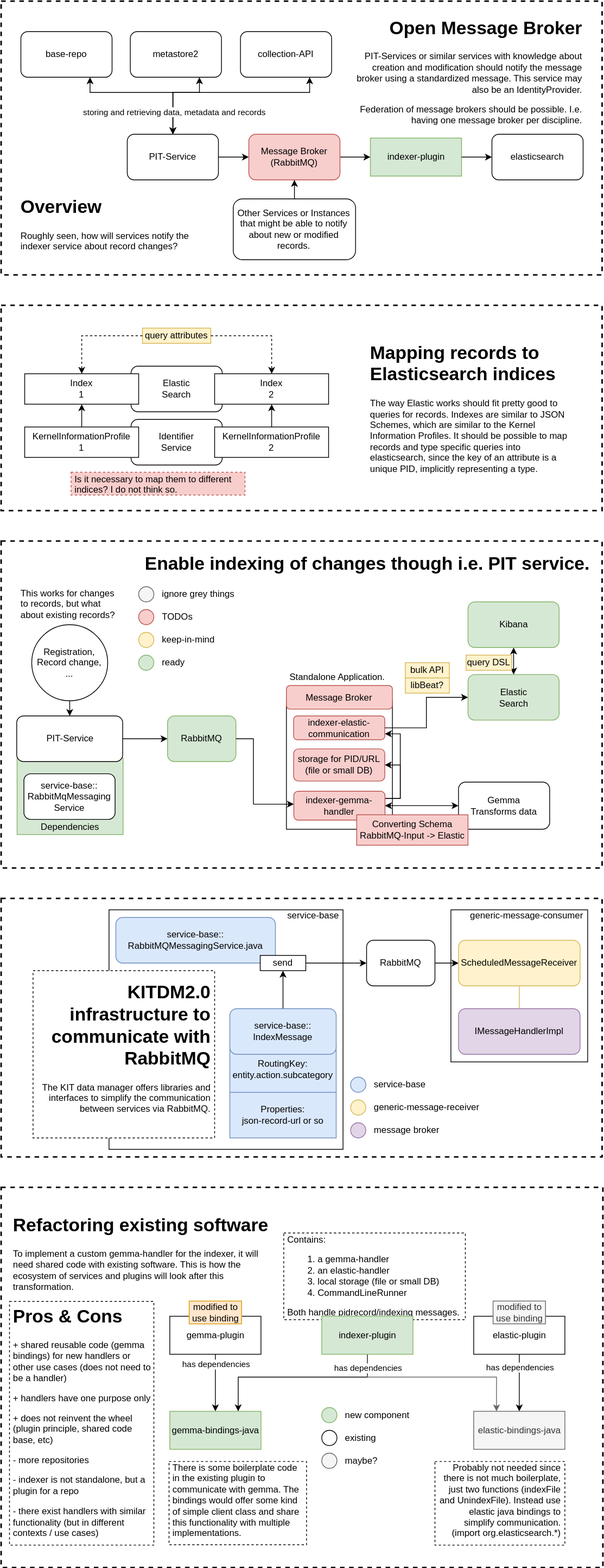
kit-data-manager/testbed4inf keeps this draw.io diagram as documentation/images/usecase_indexing.drawio.svg. Above is the earlier version. Source tidied: cells renumbered, new cells last; positions are measured from the earlier drawing's top-left corner, leaving out a move shared by most shapes.
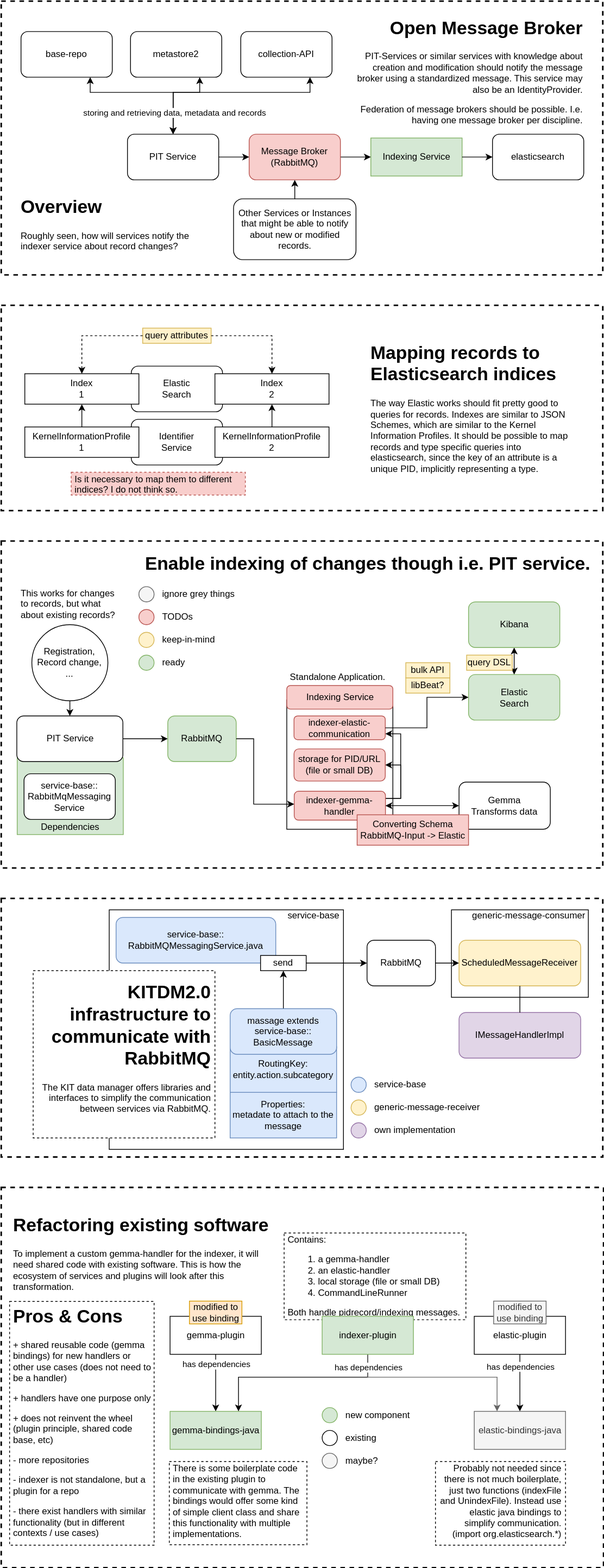
After the commit.

Commit message:
Improve consistency of naming in search doc.

Change to the diagram source:
```diff
@@ -38,7 +38,7 @@
     <mxCell id="13" style="edgeStyle=orthogonalEdgeStyle;rounded=0;jettySize=auto;html=1;" parent="7" edge="1" source="14" target="12">
       <mxGeometry relative="1" as="geometry" />
     </mxCell>
-    <mxCell id="14" value="PIT-Service" style="rounded=1;whiteSpace=wrap;html=1;" parent="7" vertex="1">
+    <mxCell id="14" value="PIT Service" style="rounded=1;whiteSpace=wrap;html=1;" parent="7" vertex="1">
       <mxGeometry x="20.5" y="230" width="139.5" height="60" as="geometry" />
     </mxCell>
     <mxCell id="15" value="Elastic&lt;br&gt;Search" style="rounded=1;whiteSpace=wrap;html=1;fillColor=#d5e8d4;strokeColor=#82b366;" parent="7" vertex="1">
@@ -167,7 +167,7 @@
     <mxCell id="56" value="storage for PID/URL&lt;br&gt;(file or small DB)" style="rounded=1;whiteSpace=wrap;html=1;fillColor=#f8cecc;strokeColor=#b85450;" parent="50" vertex="1">
       <mxGeometry x="10" y="64.3" width="120" height="42.3" as="geometry" />
     </mxCell>
-    <mxCell id="57" value="Message Broker" style="rounded=1;whiteSpace=wrap;html=1;align=center;fillColor=#f8cecc;strokeColor=#b85450;" parent="49" vertex="1">
+    <mxCell id="57" value="Indexing Service" style="rounded=1;whiteSpace=wrap;html=1;align=center;fillColor=#f8cecc;strokeColor=#b85450;" parent="49" vertex="1">
       <mxGeometry x="1" width="139.5" height="31" as="geometry" />
     </mxCell>
     <mxCell id="58" value="Converting Schema&lt;br&gt;RabbitMQ-Input -&amp;gt; Elastic" style="rounded=0;whiteSpace=wrap;html=1;fillColor=#f8cecc;strokeColor=#b85450;" parent="7" vertex="1">
@@ -196,7 +196,7 @@
     <mxCell id="64" value="&lt;h1&gt;Overview&lt;/h1&gt;&lt;div&gt;Roughly seen, how will services notify the indexer service about record changes?&lt;/div&gt;" style="text;html=1;strokeColor=none;fillColor=none;spacing=5;spacingTop=-20;whiteSpace=wrap;overflow=hidden;rounded=0;verticalAlign=middle;" parent="62" vertex="1">
       <mxGeometry x="21" y="250" width="269" height="90" as="geometry" />
     </mxCell>
-    <mxCell id="65" value="PIT-Service" style="rounded=1;whiteSpace=wrap;html=1;" parent="62" vertex="1">
+    <mxCell id="65" value="PIT Service" style="rounded=1;whiteSpace=wrap;html=1;" parent="62" vertex="1">
       <mxGeometry x="166" y="175" width="120" height="60" as="geometry" />
     </mxCell>
     <mxCell id="66" style="edgeStyle=orthogonalEdgeStyle;rounded=0;jettySize=auto;html=1;entryX=0.5;entryY=0;entryDx=0;entryDy=0;startArrow=classic;startFill=1;" parent="62" edge="1" source="67" target="65">
@@ -235,7 +235,7 @@
     <mxCell id="72" value="collection-API" style="rounded=1;whiteSpace=wrap;html=1;" parent="62" vertex="1">
       <mxGeometry x="315" y="40" width="120" height="60" as="geometry" />
     </mxCell>
-    <mxCell id="73" value="indexer-plugin" style="html=1;fillColor=#d5e8d4;strokeColor=#82b366;" parent="62" vertex="1">
+    <mxCell id="73" value="Indexing Service" style="html=1;fillColor=#d5e8d4;strokeColor=#82b366;" parent="62" vertex="1">
       <mxGeometry x="486" y="180" width="120" height="50" as="geometry" />
     </mxCell>
     <mxCell id="74" value="elasticsearch" style="rounded=1;whiteSpace=wrap;html=1;" parent="62" vertex="1">
@@ -322,32 +322,26 @@
     <mxCell id="99" style="edgeStyle=orthogonalEdgeStyle;rounded=0;jettySize=auto;html=1;" parent="96" edge="1" source="102" target="98">
       <mxGeometry relative="1" as="geometry" />
     </mxCell>
-    <mxCell id="100" value="Properties:&lt;br&gt;json-record-url or so" style="rounded=0;whiteSpace=wrap;html=1;align=center;fillColor=#dae8fc;strokeColor=#6c8ebf;" parent="96" vertex="1">
+    <mxCell id="100" value="Properties:&lt;br&gt;metadate to attach to the message" style="rounded=0;whiteSpace=wrap;html=1;align=center;fillColor=#dae8fc;strokeColor=#6c8ebf;" parent="96" vertex="1">
       <mxGeometry x="159" y="240" width="140" height="60" as="geometry" />
     </mxCell>
     <mxCell id="101" value="RoutingKey: entity.action.subcategory" style="rounded=0;whiteSpace=wrap;html=1;align=center;fillColor=#dae8fc;strokeColor=#6c8ebf;" parent="96" vertex="1">
       <mxGeometry x="159" y="180" width="140" height="60" as="geometry" />
     </mxCell>
-    <mxCell id="102" value="service-base::&lt;br&gt;IndexMessage" style="rounded=1;whiteSpace=wrap;html=1;fillColor=#dae8fc;strokeColor=#6c8ebf;" parent="96" vertex="1">
+    <mxCell id="102" value="massage extends&lt;br&gt;service-base::&lt;br&gt;BasicMessage" style="rounded=1;whiteSpace=wrap;html=1;fillColor=#dae8fc;strokeColor=#6c8ebf;" parent="96" vertex="1">
       <mxGeometry x="159" y="130" width="140" height="60" as="geometry" />
     </mxCell>
     <mxCell id="103" value="&lt;h1&gt;KITDM2.0 infrastructure to communicate with RabbitMQ&lt;/h1&gt;&lt;p&gt;The KIT data manager offers libraries and interfaces to simplify the communication between services via RabbitMQ.&lt;/p&gt;" style="text;html=1;spacing=5;spacingTop=-20;whiteSpace=wrap;overflow=hidden;rounded=0;align=right;verticalAlign=middle;dashed=1;fillColor=#ffffff;strokeColor=#000000;" parent="96" vertex="1">
       <mxGeometry x="-100" y="80" width="239" height="220" as="geometry" />
     </mxCell>
     <mxCell id="104" value="generic-message-consumer" style="rounded=0;whiteSpace=wrap;html=1;movableLabel=1;" parent="95" vertex="1">
-      <mxGeometry x="592" y="15" width="180" height="200" as="geometry">
-        <mxPoint x="10" y="-92" as="offset" />
+      <mxGeometry x="592" y="15" width="180" height="115" as="geometry">
+        <mxPoint x="12" y="-50" as="offset" />
       </mxGeometry>
     </mxCell>
-    <mxCell id="105" value="IMessageHandlerImpl" style="rounded=1;whiteSpace=wrap;html=1;fillColor=#e1d5e7;strokeColor=#9673a6;" parent="104" vertex="1">
-      <mxGeometry x="10" y="130" width="160" height="60" as="geometry" />
-    </mxCell>
     <mxCell id="106" value="ScheduledMessageReceiver" style="rounded=1;whiteSpace=wrap;html=1;fillColor=#fff2cc;strokeColor=#d6b656;" parent="104" vertex="1">
       <mxGeometry x="10" y="40" width="160" height="60" as="geometry" />
     </mxCell>
-    <mxCell id="107" style="edgeStyle=orthogonalEdgeStyle;rounded=0;jettySize=auto;html=1;endArrow=none;endFill=0;fillColor=#fff2cc;strokeColor=#d6b656;" parent="104" edge="1" source="105" target="106">
-      <mxGeometry relative="1" as="geometry" />
-    </mxCell>
     <mxCell id="108" value="RabbitMQ" style="rounded=1;whiteSpace=wrap;html=1;" parent="95" vertex="1">
       <mxGeometry x="481" y="55" width="90" height="60" as="geometry" />
     </mxCell>
@@ -390,9 +384,15 @@
     <mxCell id="121" style="ellipse;whiteSpace=wrap;html=1;fillColor=#e1d5e7;strokeColor=#9673a6;align=left;" parent="120" vertex="1">
       <mxGeometry width="20" height="20" as="geometry" />
     </mxCell>
-    <mxCell id="122" value="message broker" style="text;html=1;strokeColor=none;fillColor=none;align=left;verticalAlign=middle;whiteSpace=wrap;rounded=0;" parent="120" vertex="1">
+    <mxCell id="122" value="own implementation" style="text;html=1;strokeColor=none;fillColor=none;align=left;verticalAlign=middle;whiteSpace=wrap;rounded=0;" parent="120" vertex="1">
       <mxGeometry x="29" width="141" height="20" as="geometry" />
     </mxCell>
+    <mxCell id="105" value="IMessageHandlerImpl" style="rounded=1;whiteSpace=wrap;html=1;fillColor=#e1d5e7;strokeColor=#9673a6;" parent="95" vertex="1">
+      <mxGeometry x="602" y="150" width="160" height="60" as="geometry" />
+    </mxCell>
+    <mxCell id="107" style="edgeStyle=orthogonalEdgeStyle;rounded=0;jettySize=auto;html=1;endArrow=none;endFill=0;" parent="95" edge="1" source="105" target="106">
+      <mxGeometry relative="1" as="geometry" />
+    </mxCell>
     <mxCell id="123" style="edgeStyle=orthogonalEdgeStyle;rounded=0;jettySize=auto;html=1;startArrow=none;startFill=0;endArrow=classic;endFill=1;" parent="1" edge="1" source="125" target="130">
       <mxGeometry relative="1" as="geometry" />
     </mxCell>
```
